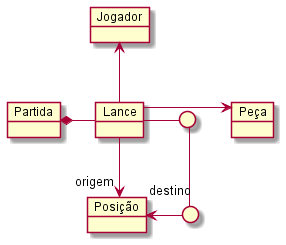
This is Imagens/modelos-06/mod06ima02/mod06ima02.png from kyriosdata/oo, a PlantUML export, as it was before one commit. The source it was exported from:
```plantuml
@startuml mod06ima02
skinparam Linetype ortho
object "Jogador" as jo
object "Partida" as pa
object "Lance" as la
object "Peça" as pe
object "Posição" as po
circle " " as p1
circle " " as p2
jo <-down- la
pa *-right- la
la -right-> pe
la -down->"origem" po
la -right- p1
p1 -down-"destino" p2
p2 -left-> po
@enduml
```
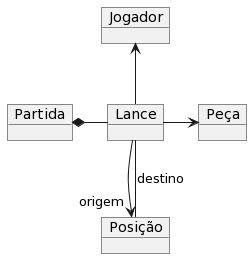
The same file after the commit.

What changed in the source:
```diff
@@ -1,17 +1,12 @@
-@startuml mod06ima02
-skinparam Linetype ortho
+@startuml
 object "Jogador" as jo
 object "Partida" as pa
 object "Lance" as la
 object "Peça" as pe
 object "Posição" as po
-circle " " as p1
-circle " " as p2
 jo <-down- la
 pa *-right- la
 la -right-> pe
 la -down->"origem" po
-la -right- p1
-p1 -down-"destino" p2
-p2 -left-> po
+la -- po : destino
 @enduml
```
